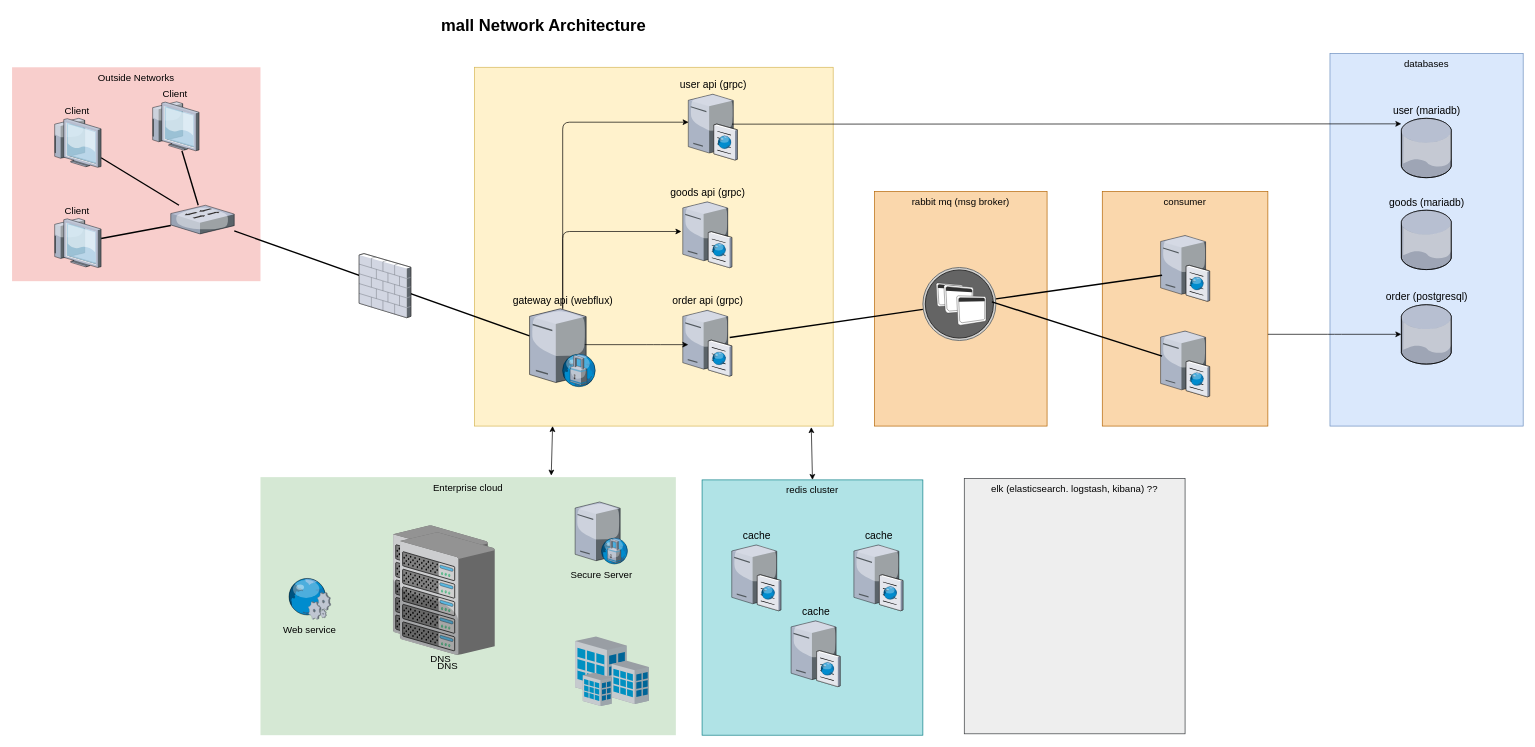
Before: architecture/mall-architecture.drawio in kyoDaddy/spring-cloud-multi-module, a draw.io diagram. Source tidied: cells renumbered, new cells numbered last; positions are measured from the earlier drawing's top-left corner, leaving out a move shared by most shapes. Both pictures are drawn from the tidied source at 69%, with x=0, y=0 at pixel (12, 12).
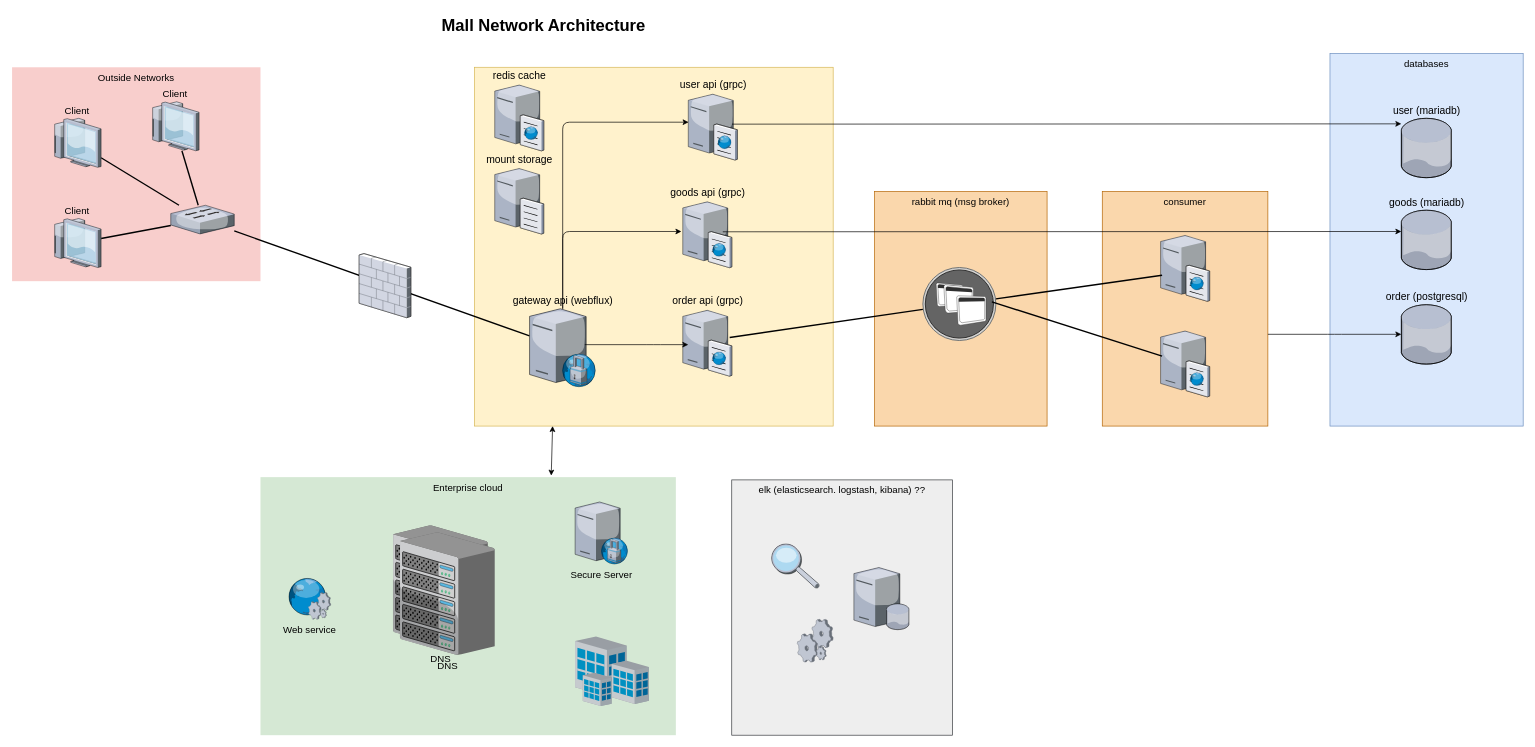
The same diagram, later.

Unchanged cells that the change refers to:
```xml
<mxCell id="3" style="whiteSpace=wrap;html=1;fillColor=#fff2cc;fontSize=14;strokeColor=#d6b656;verticalAlign=top;" parent="1" vertex="1">
  <mxGeometry x="670" y="80" width="520" height="520" as="geometry" />
</mxCell>
<mxCell id="31" value="goods (mariadb)" style="verticalLabelPosition=top;html=1;verticalAlign=bottom;strokeColor=none;align=center;outlineConnect=0;shape=mxgraph.citrix.database;labelPosition=center;fontSize=15;" parent="1" vertex="1">
  <mxGeometry x="2013.4" y="287.2" width="73.1" height="86" as="geometry" />
</mxCell>
<mxCell id="35" value="goods api (grpc)" style="verticalLabelPosition=top;html=1;verticalAlign=bottom;strokeColor=none;shape=mxgraph.citrix.cache_server;fillColor=#66B2FF;gradientColor=#0066CC;fontSize=15;labelPosition=center;align=center;" parent="1" vertex="1">
  <mxGeometry x="972" y="272.8" width="71" height="97.5" as="geometry" />
</mxCell>
```

What changed in the source:
```diff
@@
-    <mxCell id="18" value="mall Network Architecture" style="text;strokeColor=none;fillColor=none;html=1;fontSize=24;fontStyle=1;verticalAlign=middle;align=center;" parent="1" vertex="1">
+    <mxCell id="18" value="Mall Network Architecture" style="text;strokeColor=none;fillColor=none;html=1;fontSize=24;fontStyle=1;verticalAlign=middle;align=center;" parent="1" vertex="1">
       <mxGeometry x="339" width="861" height="40" as="geometry" />
     </mxCell>
@@
-    <mxCell id="27" value="redis cluster" style="whiteSpace=wrap;html=1;fillColor=#b0e3e6;fontSize=14;strokeColor=#0e8088;verticalAlign=top;" parent="1" vertex="1">
-      <mxGeometry x="1000" y="678" width="320" height="370" as="geometry" />
-    </mxCell>
-    <mxCell id="28" value="cache" style="verticalLabelPosition=top;html=1;verticalAlign=bottom;strokeColor=none;align=center;shape=mxgraph.citrix.cache_server;labelPosition=center;fontSize=15;" parent="1" vertex="1">
-      <mxGeometry x="1043" y="770" width="71" height="97.5" as="geometry" />
+    <mxCell id="28" value="redis cache" style="verticalLabelPosition=top;html=1;verticalAlign=bottom;strokeColor=none;align=center;shape=mxgraph.citrix.cache_server;labelPosition=center;fontSize=15;" parent="1" vertex="1">
+      <mxGeometry x="699.5" y="103.5" width="71" height="97.5" as="geometry" />
     </mxCell>
@@
-    <mxCell id="36" style="endArrow=classic;startArrow=classic;html=1;fontSize=15;exitX=0.5;exitY=0;exitDx=0;exitDy=0;entryX=0.939;entryY=1.003;entryDx=0;entryDy=0;entryPerimeter=0;" parent="1" edge="1" source="27" target="3">
-      <mxGeometry relative="1" as="geometry" />
-    </mxCell>
@@
-    <mxCell id="46" value="cache" style="verticalLabelPosition=top;html=1;verticalAlign=bottom;strokeColor=none;align=center;shape=mxgraph.citrix.cache_server;labelPosition=center;fontSize=15;" parent="1" vertex="1">
-      <mxGeometry x="1129" y="880" width="71" height="97.5" as="geometry" />
-    </mxCell>
-    <mxCell id="47" value="cache" style="verticalLabelPosition=top;html=1;verticalAlign=bottom;strokeColor=none;align=center;shape=mxgraph.citrix.cache_server;labelPosition=center;fontSize=15;" parent="1" vertex="1">
-      <mxGeometry x="1220" y="770" width="71" height="97.5" as="geometry" />
-    </mxCell>
     <mxCell id="48" value="elk (elasticsearch. logstash, kibana) ??" style="whiteSpace=wrap;html=1;fillColor=#eeeeee;fontSize=14;strokeColor=#36393d;verticalAlign=top;" parent="1" vertex="1">
-      <mxGeometry x="1380" y="676" width="320" height="370" as="geometry" />
+      <mxGeometry x="1043" y="678" width="320" height="370" as="geometry" />
     </mxCell>
+    <mxCell id="49" style="edgeStyle=elbowEdgeStyle;elbow=vertical;endArrow=classic;html=1;exitX=0.817;exitY=0.468;exitDx=0;exitDy=0;exitPerimeter=0;" parent="1" edge="1" source="35" target="31">
+      <mxGeometry relative="1" as="geometry" />
+    </mxCell>
+    <mxCell id="50" value="mount storage" style="verticalLabelPosition=top;html=1;verticalAlign=bottom;strokeColor=none;align=center;shape=mxgraph.citrix.file_server;fontSize=15;labelPosition=center;" parent="1" vertex="1">
+      <mxGeometry x="699.5" y="224.5" width="71" height="97" as="geometry" />
+    </mxCell>
+    <mxCell id="51" style="verticalLabelPosition=bottom;html=1;verticalAlign=top;strokeColor=none;align=center;shape=mxgraph.citrix.inspection;fontSize=15;" parent="1" vertex="1">
+      <mxGeometry x="1100" y="770" width="70" height="65" as="geometry" />
+    </mxCell>
+    <mxCell id="52" style="verticalLabelPosition=bottom;html=1;verticalAlign=top;strokeColor=none;align=center;shape=mxgraph.citrix.database_server;fontSize=15;" parent="1" vertex="1">
+      <mxGeometry x="1220" y="805" width="80" height="90" as="geometry" />
+    </mxCell>
+    <mxCell id="53" style="verticalLabelPosition=bottom;html=1;verticalAlign=top;strokeColor=none;align=center;shape=mxgraph.citrix.process;fontSize=15;" parent="1" vertex="1">
+      <mxGeometry x="1138" y="880" width="52" height="62" as="geometry" />
+    </mxCell>
```
